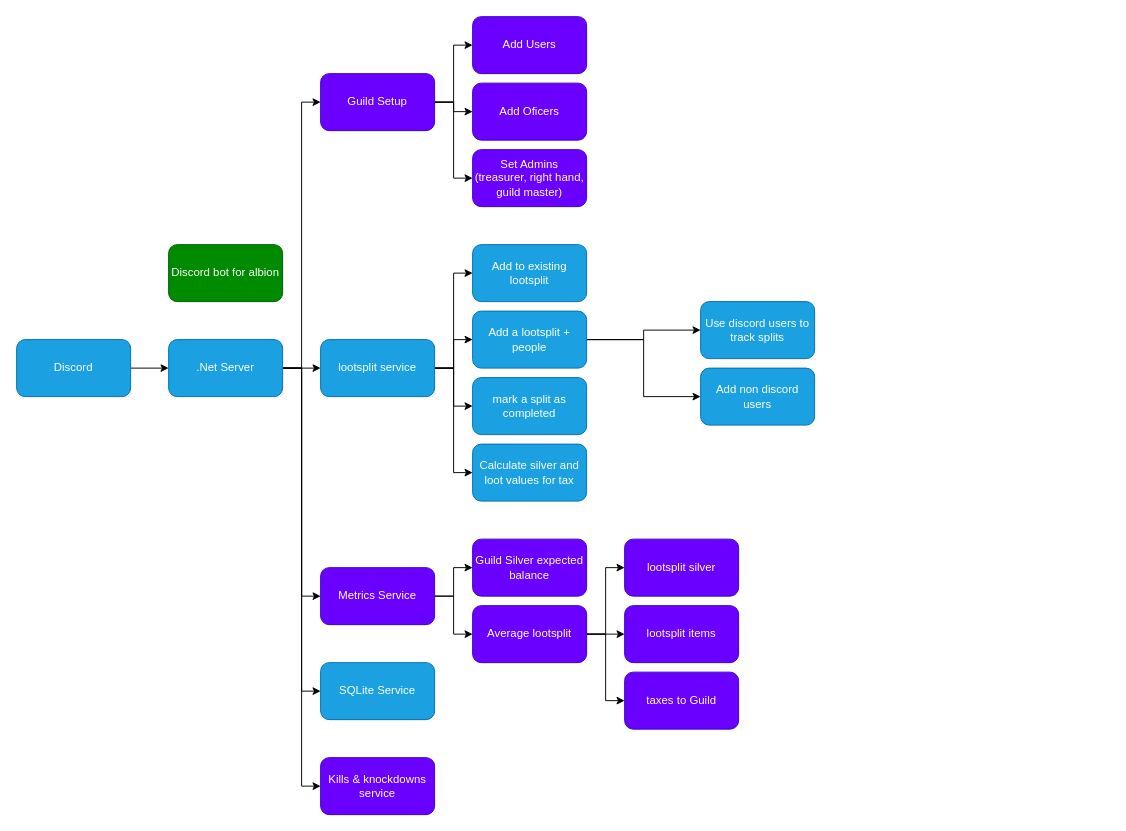
Before: Services org.drawio in Skyfall1235/AlbionLootBot, a draw.io diagram. Source tidied: cells renumbered, new cells numbered last; positions are measured from the earlier drawing's top-left corner, leaving out a move shared by most shapes. Both pictures are drawn from the tidied source at 95%, with x=0, y=0 at pixel (16, 16).
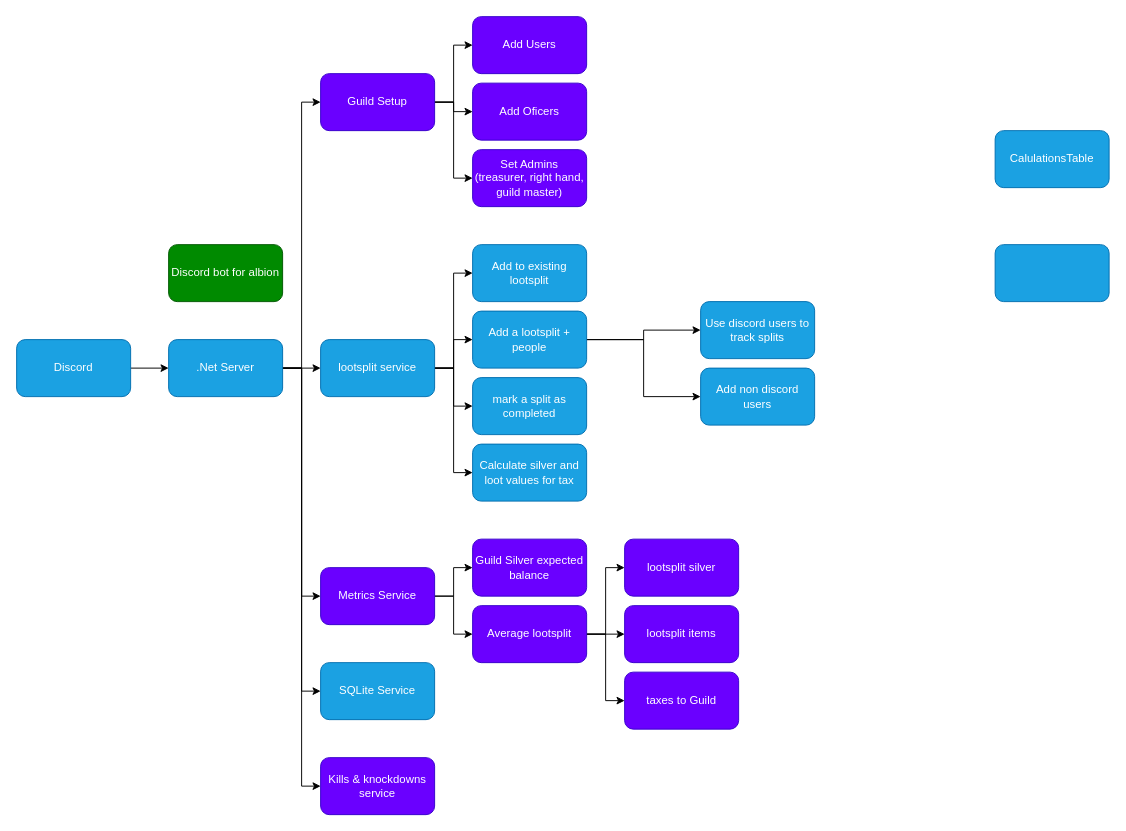
After the change.

Diff of the diagram source:
```diff
@@
+    <mxCell id="44" value="CalulationsTable" style="rounded=1;whiteSpace=wrap;html=1;fillColor=#1ba1e2;fontColor=#ffffff;strokeColor=#006EAF;" parent="1" vertex="1">
+      <mxGeometry x="1030" y="120" width="120" height="60" as="geometry" />
+    </mxCell>
+    <mxCell id="45" style="rounded=1;whiteSpace=wrap;html=1;fillColor=#1ba1e2;fontColor=#ffffff;strokeColor=#006EAF;" parent="1" vertex="1">
+      <mxGeometry x="1030" y="240" width="120" height="60" as="geometry" />
+    </mxCell>
```
